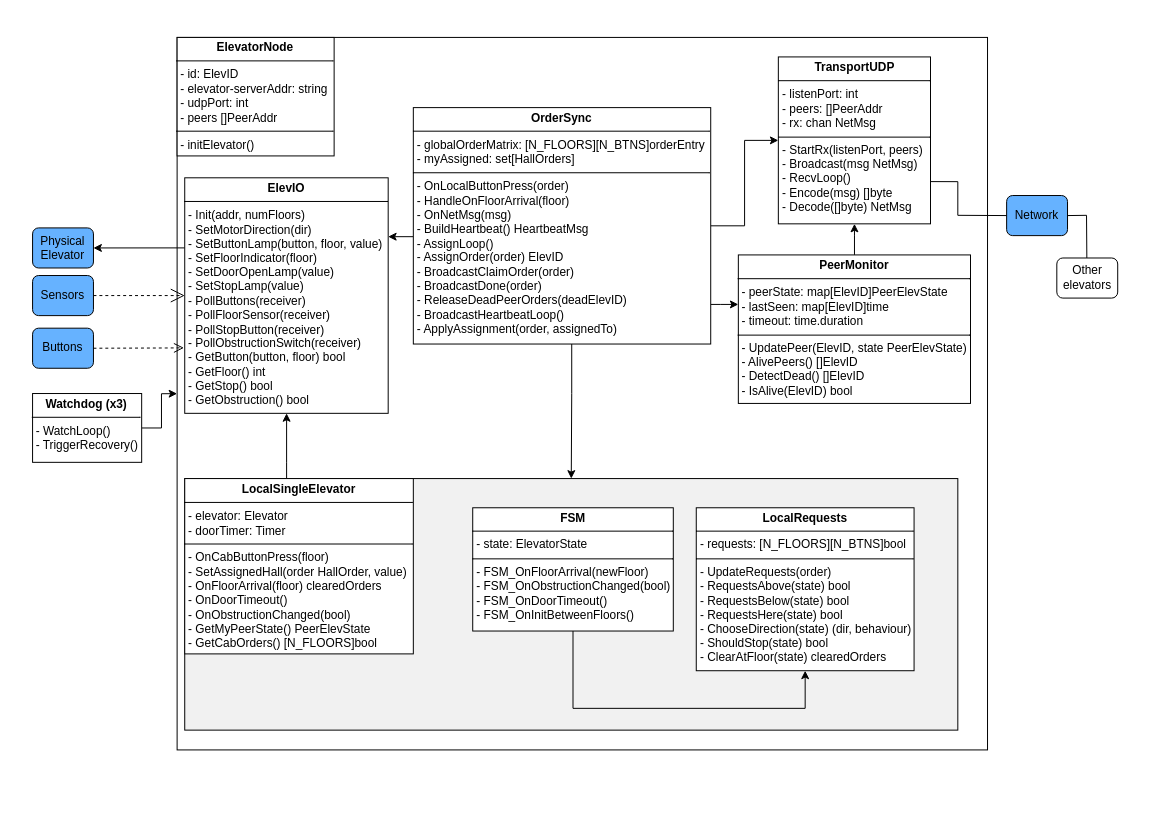
Before: Diagrams/component_diagram.drawio in SondreMyhre/TTK4145, a draw.io diagram. Source tidied: cells renumbered, new cells numbered last; positions are measured from the earlier drawing's top-left corner, leaving out a move shared by most shapes. Both pictures are drawn from the tidied source at 99%, with x=0, y=0 at pixel (17, 17).
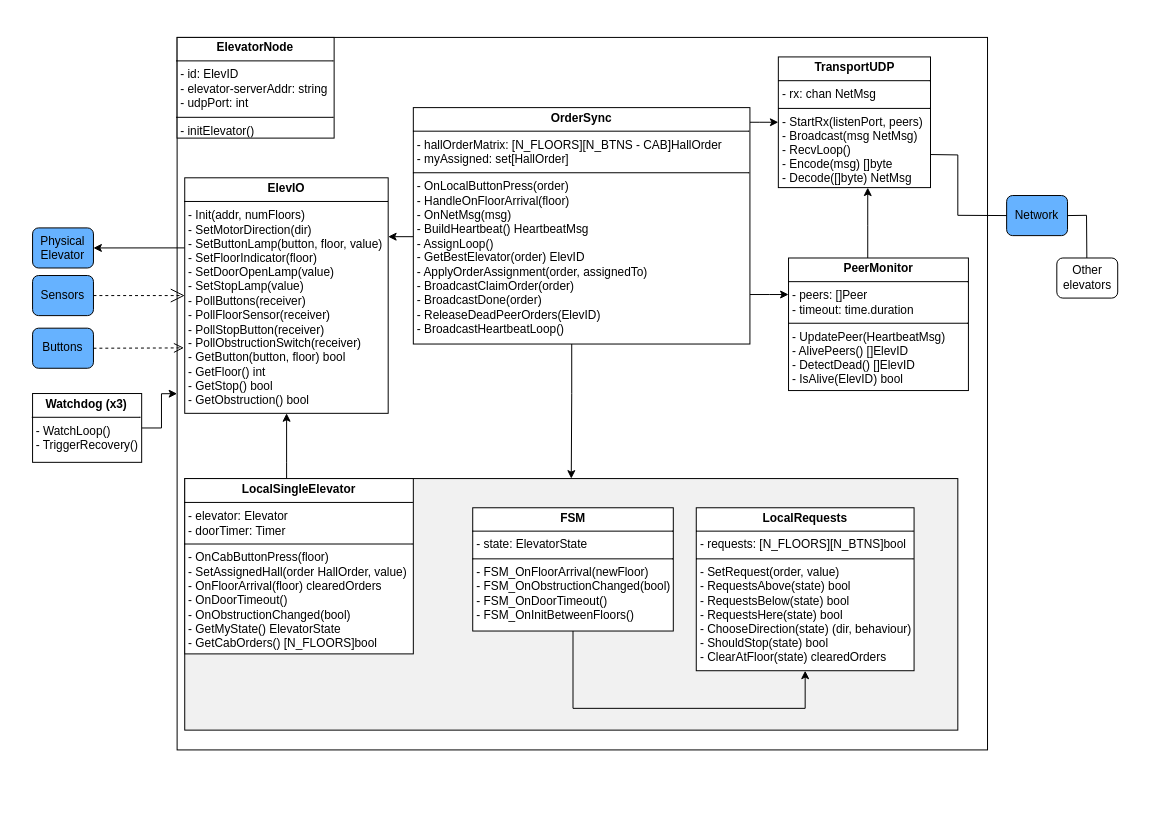
The same page after the edit.

Unchanged cells that the change refers to:
```xml
<mxCell id="2" style="group;" parent="1" vertex="1">
  <mxGeometry width="1130" height="790" as="geometry" />
</mxCell>
<mxCell id="22" value="Network" style="rounded=1;whiteSpace=wrap;html=1;fillColor=#66B2FF;" parent="2" vertex="1">
  <mxGeometry x="999.3" y="180" width="61.5" height="40.5" as="geometry" />
</mxCell>
```

The edit, as a diff of the source:
```diff
@@
-    <mxCell id="10" value="&lt;p style=&quot;margin:0px;margin-top:4px;text-align:center;&quot;&gt;&lt;b&gt;ElevatorNode&lt;/b&gt;&lt;/p&gt;&lt;hr size=&quot;1&quot; style=&quot;border-style:solid;&quot;&gt;&lt;p style=&quot;margin:0px;margin-left:4px;&quot;&gt;&lt;span style=&quot;background-color: transparent; color: light-dark(rgb(0, 0, 0), rgb(255, 255, 255));&quot;&gt;- id: ElevID&lt;/span&gt;&lt;/p&gt;&lt;p style=&quot;margin:0px;margin-left:4px;&quot;&gt;&lt;span style=&quot;background-color: transparent; color: light-dark(rgb(0, 0, 0), rgb(255, 255, 255));&quot;&gt;- elevator-serverAddr: string&lt;/span&gt;&lt;/p&gt;&lt;p style=&quot;margin:0px;margin-left:4px;&quot;&gt;&lt;span style=&quot;background-color: transparent; color: light-dark(rgb(0, 0, 0), rgb(255, 255, 255));&quot;&gt;- udpPort: int&lt;/span&gt;&lt;/p&gt;&lt;p style=&quot;margin:0px;margin-left:4px;&quot;&gt;- peers []PeerAddr&lt;/p&gt;&lt;hr size=&quot;1&quot; style=&quot;border-style:solid;&quot;&gt;&lt;p style=&quot;margin:0px;margin-left:4px;&quot;&gt;- initElevator()&lt;/p&gt;" style="verticalAlign=top;align=left;overflow=fill;html=1;whiteSpace=wrap;" parent="2" vertex="1">
-      <mxGeometry x="161.4" y="20.3" width="158.6" height="119.7" as="geometry" />
+    <mxCell id="10" value="&lt;p style=&quot;margin:0px;margin-top:4px;text-align:center;&quot;&gt;&lt;b&gt;ElevatorNode&lt;/b&gt;&lt;/p&gt;&lt;hr size=&quot;1&quot; style=&quot;border-style:solid;&quot;&gt;&lt;p style=&quot;margin:0px;margin-left:4px;&quot;&gt;&lt;span style=&quot;background-color: transparent; color: light-dark(rgb(0, 0, 0), rgb(255, 255, 255));&quot;&gt;- id: ElevID&lt;/span&gt;&lt;/p&gt;&lt;p style=&quot;margin:0px;margin-left:4px;&quot;&gt;&lt;span style=&quot;background-color: transparent; color: light-dark(rgb(0, 0, 0), rgb(255, 255, 255));&quot;&gt;- elevator-serverAddr: string&lt;/span&gt;&lt;/p&gt;&lt;p style=&quot;margin:0px;margin-left:4px;&quot;&gt;&lt;span style=&quot;background-color: transparent; color: light-dark(rgb(0, 0, 0), rgb(255, 255, 255));&quot;&gt;- udpPort: int&lt;/span&gt;&lt;/p&gt;&lt;hr size=&quot;1&quot; style=&quot;border-style:solid;&quot;&gt;&lt;p style=&quot;margin:0px;margin-left:4px;&quot;&gt;- initElevator()&lt;/p&gt;" style="verticalAlign=top;align=left;overflow=fill;html=1;whiteSpace=wrap;" parent="2" vertex="1">
+      <mxGeometry x="161.4" y="20.3" width="158.6" height="101.7" as="geometry" />
     </mxCell>
     <mxCell id="11" style="edgeStyle=orthogonalEdgeStyle;rounded=0;jettySize=auto;html=1;entryX=0;entryY=0.5;entryDx=0;entryDy=0;" parent="2" edge="1" source="15" target="16">
-      <mxGeometry relative="1" as="geometry" />
+      <mxGeometry relative="1" as="geometry">
+        <Array as="points">
+          <mxPoint x="750" y="106" />
+          <mxPoint x="750" y="106" />
+        </Array>
+      </mxGeometry>
     </mxCell>
@@
     <mxCell id="14" style="edgeStyle=orthogonalEdgeStyle;rounded=0;jettySize=auto;html=1;" parent="2" edge="1" source="15" target="18">
       <mxGeometry relative="1" as="geometry">
         <Array as="points">
-          <mxPoint x="710" y="290" />
-          <mxPoint x="710" y="290" />
+          <mxPoint x="760" y="280" />
+          <mxPoint x="760" y="280" />
         </Array>
       </mxGeometry>
     </mxCell>
-    <mxCell id="15" value="&lt;p style=&quot;margin:0px;margin-top:4px;text-align:center;&quot;&gt;&lt;b&gt;OrderSync&lt;/b&gt;&lt;/p&gt;&lt;hr size=&quot;1&quot; style=&quot;border-style:solid;&quot;&gt;&lt;p style=&quot;margin:0px;margin-left:4px;&quot;&gt;- globalOrderMatrix:&amp;nbsp;&lt;span style=&quot;background-color: transparent; color: light-dark(rgb(0, 0, 0), rgb(255, 255, 255));&quot;&gt;[N_FLOORS][N_BTNS]orderEntry&lt;/span&gt;&lt;/p&gt;&lt;p style=&quot;margin:0px;margin-left:4px;&quot;&gt;- myAssigned: set[HallOrders]&lt;/p&gt;&lt;hr size=&quot;1&quot; style=&quot;border-style:solid;&quot;&gt;&lt;p style=&quot;margin:0px;margin-left:4px;&quot;&gt;- OnLocalButtonPress(order)&lt;/p&gt;&lt;p style=&quot;margin:0px;margin-left:4px;&quot;&gt;- HandleOnFloorArrival(floor)&amp;nbsp;&lt;/p&gt;&lt;p style=&quot;margin:0px;margin-left:4px;&quot;&gt;- OnNetMsg(msg)&lt;/p&gt;&lt;p style=&quot;margin:0px;margin-left:4px;&quot;&gt;- BuildHeartbeat() HeartbeatMsg&lt;/p&gt;&lt;p style=&quot;margin:0px;margin-left:4px;&quot;&gt;- AssignLoop()&lt;/p&gt;&lt;p style=&quot;margin:0px;margin-left:4px;&quot;&gt;- AssignOrder(order) ElevID&lt;/p&gt;&lt;p style=&quot;margin:0px;margin-left:4px;&quot;&gt;- BroadcastClaimOrder(order)&lt;/p&gt;&lt;p style=&quot;margin:0px;margin-left:4px;&quot;&gt;- BroadcastDone(order)&lt;/p&gt;&lt;p style=&quot;margin:0px;margin-left:4px;&quot;&gt;- ReleaseDeadPeerOrders(deadElevID)&lt;/p&gt;&lt;p style=&quot;margin:0px;margin-left:4px;&quot;&gt;- BroadcastHeartbeatLoop()&lt;/p&gt;&lt;p style=&quot;margin:0px;margin-left:4px;&quot;&gt;- ApplyAssignment(order, assignedTo)&lt;/p&gt;" style="verticalAlign=top;align=left;overflow=fill;html=1;whiteSpace=wrap;" parent="2" vertex="1">
-      <mxGeometry x="400" y="91.2" width="300.4" height="238.8" as="geometry" />
+    <mxCell id="15" value="&lt;p style=&quot;margin:0px;margin-top:4px;text-align:center;&quot;&gt;&lt;b&gt;OrderSync&lt;/b&gt;&lt;/p&gt;&lt;hr size=&quot;1&quot; style=&quot;border-style:solid;&quot;&gt;&lt;p style=&quot;margin:0px;margin-left:4px;&quot;&gt;- hallOrderMatrix:&amp;nbsp;&lt;span style=&quot;background-color: transparent; color: light-dark(rgb(0, 0, 0), rgb(255, 255, 255));&quot;&gt;[N_FLOORS][N_BTNS - CAB]HallOrder&lt;/span&gt;&lt;/p&gt;&lt;p style=&quot;margin:0px;margin-left:4px;&quot;&gt;- myAssigned: set[HallOrder]&lt;/p&gt;&lt;hr size=&quot;1&quot; style=&quot;border-style:solid;&quot;&gt;&lt;p style=&quot;margin:0px;margin-left:4px;&quot;&gt;- OnLocalButtonPress(order)&lt;/p&gt;&lt;p style=&quot;margin:0px;margin-left:4px;&quot;&gt;- HandleOnFloorArrival(floor)&amp;nbsp;&lt;/p&gt;&lt;p style=&quot;margin:0px;margin-left:4px;&quot;&gt;- OnNetMsg(msg)&lt;/p&gt;&lt;p style=&quot;margin:0px;margin-left:4px;&quot;&gt;- BuildHeartbeat() HeartbeatMsg&lt;/p&gt;&lt;p style=&quot;margin:0px;margin-left:4px;&quot;&gt;- AssignLoop()&lt;/p&gt;&lt;p style=&quot;margin:0px;margin-left:4px;&quot;&gt;- GetBestElevator(order) ElevID&lt;/p&gt;&lt;p style=&quot;margin:0px;margin-left:4px;&quot;&gt;- ApplyOrderAssignment(order, assignedTo)&lt;/p&gt;&lt;p style=&quot;margin:0px;margin-left:4px;&quot;&gt;- BroadcastClaimOrder(order)&lt;/p&gt;&lt;p style=&quot;margin:0px;margin-left:4px;&quot;&gt;- BroadcastDone(order)&lt;/p&gt;&lt;p style=&quot;margin:0px;margin-left:4px;&quot;&gt;- ReleaseDeadPeerOrders(ElevID)&lt;/p&gt;&lt;p style=&quot;margin:0px;margin-left:4px;&quot;&gt;- BroadcastHeartbeatLoop()&lt;/p&gt;&lt;p style=&quot;margin:0px;margin-left:4px;&quot;&gt;&lt;br&gt;&lt;/p&gt;" style="verticalAlign=top;align=left;overflow=fill;html=1;whiteSpace=wrap;" parent="2" vertex="1">
+      <mxGeometry x="400" y="91.2" width="340" height="238.8" as="geometry" />
     </mxCell>
-    <mxCell id="16" value="&lt;p style=&quot;margin:0px;margin-top:4px;text-align:center;&quot;&gt;&lt;b&gt;TransportUDP&lt;/b&gt;&lt;/p&gt;&lt;hr size=&quot;1&quot; style=&quot;border-style:solid;&quot;&gt;&lt;p style=&quot;margin:0px;margin-left:4px;&quot;&gt;- listenPort: int&lt;/p&gt;&lt;p style=&quot;margin:0px;margin-left:4px;&quot;&gt;- peers: []PeerAddr&lt;/p&gt;&lt;p style=&quot;margin:0px;margin-left:4px;&quot;&gt;- rx: chan NetMsg&lt;/p&gt;&lt;hr size=&quot;1&quot; style=&quot;border-style:solid;&quot;&gt;&lt;p style=&quot;margin:0px;margin-left:4px;&quot;&gt;- StartRx(listenPort, peers)&lt;/p&gt;&lt;p style=&quot;margin:0px;margin-left:4px;&quot;&gt;- Broadcast(msg NetMsg)&lt;/p&gt;&lt;p style=&quot;margin:0px;margin-left:4px;&quot;&gt;- RecvLoop()&lt;/p&gt;&lt;p style=&quot;margin:0px;margin-left:4px;&quot;&gt;- Encode(msg) []byte&lt;/p&gt;&lt;p style=&quot;margin:0px;margin-left:4px;&quot;&gt;- Decode([]byte) NetMsg&lt;/p&gt;" style="verticalAlign=top;align=left;overflow=fill;html=1;whiteSpace=wrap;" parent="2" vertex="1">
-      <mxGeometry x="768.7" y="40" width="153.7" height="168.6" as="geometry" />
+    <mxCell id="16" value="&lt;p style=&quot;margin:0px;margin-top:4px;text-align:center;&quot;&gt;&lt;b&gt;TransportUDP&lt;/b&gt;&lt;/p&gt;&lt;hr size=&quot;1&quot; style=&quot;border-style:solid;&quot;&gt;&lt;p style=&quot;margin:0px;margin-left:4px;&quot;&gt;&lt;span style=&quot;background-color: transparent; color: light-dark(rgb(0, 0, 0), rgb(255, 255, 255));&quot;&gt;- rx: chan NetMsg&lt;/span&gt;&lt;/p&gt;&lt;hr size=&quot;1&quot; style=&quot;border-style:solid;&quot;&gt;&lt;p style=&quot;margin:0px;margin-left:4px;&quot;&gt;- StartRx(listenPort, peers)&lt;/p&gt;&lt;p style=&quot;margin:0px;margin-left:4px;&quot;&gt;- Broadcast(msg NetMsg)&lt;/p&gt;&lt;p style=&quot;margin:0px;margin-left:4px;&quot;&gt;- RecvLoop()&lt;/p&gt;&lt;p style=&quot;margin:0px;margin-left:4px;&quot;&gt;- Encode(msg) []byte&lt;/p&gt;&lt;p style=&quot;margin:0px;margin-left:4px;&quot;&gt;- Decode([]byte) NetMsg&lt;/p&gt;" style="verticalAlign=top;align=left;overflow=fill;html=1;whiteSpace=wrap;" parent="2" vertex="1">
+      <mxGeometry x="768.7" y="40" width="153.7" height="132" as="geometry" />
     </mxCell>
     <mxCell id="17" style="edgeStyle=orthogonalEdgeStyle;rounded=0;jettySize=auto;html=1;" parent="2" edge="1" source="18" target="16">
-      <mxGeometry relative="1" as="geometry" />
+      <mxGeometry relative="1" as="geometry">
+        <Array as="points">
+          <mxPoint x="859" y="210" />
+          <mxPoint x="859" y="210" />
+        </Array>
+      </mxGeometry>
     </mxCell>
-    <mxCell id="18" value="&lt;p style=&quot;margin:0px;margin-top:4px;text-align:center;&quot;&gt;&lt;b&gt;PeerMonitor&lt;/b&gt;&lt;/p&gt;&lt;hr size=&quot;1&quot; style=&quot;border-style:solid;&quot;&gt;&lt;p style=&quot;margin:0px;margin-left:4px;&quot;&gt;- peerState: map[ElevID]PeerElevState&lt;/p&gt;&lt;p style=&quot;margin:0px;margin-left:4px;&quot;&gt;- lastSeen: map[ElevID]time&lt;/p&gt;&lt;p style=&quot;margin:0px;margin-left:4px;&quot;&gt;- timeout: time.duration&lt;/p&gt;&lt;hr size=&quot;1&quot; style=&quot;border-style:solid;&quot;&gt;&lt;p style=&quot;margin:0px;margin-left:4px;&quot;&gt;- UpdatePeer(ElevID, state PeerElevState&lt;span style=&quot;background-color: transparent; color: light-dark(rgb(0, 0, 0), rgb(255, 255, 255));&quot;&gt;)&lt;/span&gt;&lt;/p&gt;&lt;p style=&quot;margin:0px;margin-left:4px;&quot;&gt;&lt;span style=&quot;background-color: transparent; color: light-dark(rgb(0, 0, 0), rgb(255, 255, 255));&quot;&gt;- AlivePeers() []ElevID&lt;/span&gt;&lt;/p&gt;&lt;p style=&quot;margin:0px;margin-left:4px;&quot;&gt;&lt;span style=&quot;background-color: transparent; color: light-dark(rgb(0, 0, 0), rgb(255, 255, 255));&quot;&gt;- DetectDead() []ElevID&lt;/span&gt;&lt;/p&gt;&lt;p style=&quot;margin:0px;margin-left:4px;&quot;&gt;&lt;span style=&quot;background-color: transparent; color: light-dark(rgb(0, 0, 0), rgb(255, 255, 255));&quot;&gt;- IsAlive(ElevID) bool&lt;/span&gt;&lt;/p&gt;" style="verticalAlign=top;align=left;overflow=fill;html=1;whiteSpace=wrap;" parent="2" vertex="1">
-      <mxGeometry x="728.3" y="240" width="234.5" height="150" as="geometry" />
+    <mxCell id="18" value="&lt;p style=&quot;margin:0px;margin-top:4px;text-align:center;&quot;&gt;&lt;b&gt;PeerMonitor&lt;/b&gt;&lt;/p&gt;&lt;hr size=&quot;1&quot; style=&quot;border-style:solid;&quot;&gt;&lt;p style=&quot;margin:0px;margin-left:4px;&quot;&gt;- peers: []Peer&lt;/p&gt;&lt;p style=&quot;margin:0px;margin-left:4px;&quot;&gt;- timeout: time.duration&lt;/p&gt;&lt;hr size=&quot;1&quot; style=&quot;border-style:solid;&quot;&gt;&lt;p style=&quot;margin:0px;margin-left:4px;&quot;&gt;- UpdatePeer(HeartbeatMsg&lt;span style=&quot;background-color: transparent; color: light-dark(rgb(0, 0, 0), rgb(255, 255, 255));&quot;&gt;)&lt;/span&gt;&lt;/p&gt;&lt;p style=&quot;margin:0px;margin-left:4px;&quot;&gt;&lt;span style=&quot;background-color: transparent; color: light-dark(rgb(0, 0, 0), rgb(255, 255, 255));&quot;&gt;- AlivePeers() []ElevID&lt;/span&gt;&lt;/p&gt;&lt;p style=&quot;margin:0px;margin-left:4px;&quot;&gt;&lt;span style=&quot;background-color: transparent; color: light-dark(rgb(0, 0, 0), rgb(255, 255, 255));&quot;&gt;- DetectDead() []ElevID&lt;/span&gt;&lt;/p&gt;&lt;p style=&quot;margin:0px;margin-left:4px;&quot;&gt;&lt;span style=&quot;background-color: transparent; color: light-dark(rgb(0, 0, 0), rgb(255, 255, 255));&quot;&gt;- IsAlive(ElevID) bool&lt;/span&gt;&lt;/p&gt;" style="verticalAlign=top;align=left;overflow=fill;html=1;whiteSpace=wrap;" parent="2" vertex="1">
+      <mxGeometry x="779" y="243.1" width="181.7" height="133.9" as="geometry" />
     </mxCell>
-    <mxCell id="19" value="&lt;p style=&quot;margin:0px;margin-top:4px;text-align:center;&quot;&gt;&lt;b&gt;LocalRequests&lt;/b&gt;&lt;/p&gt;&lt;hr size=&quot;1&quot; style=&quot;border-style:solid;&quot;&gt;&lt;p style=&quot;margin:0px;margin-left:4px;&quot;&gt;- requests:&amp;nbsp;[N_FLOORS][N_BTNS]bool&lt;/p&gt;&lt;hr size=&quot;1&quot; style=&quot;border-style:solid;&quot;&gt;&lt;p style=&quot;margin:0px;margin-left:4px;&quot;&gt;- UpdateRequests(order)&lt;/p&gt;&lt;p style=&quot;margin:0px;margin-left:4px;&quot;&gt;- RequestsAbove(state) bool&lt;/p&gt;&lt;p style=&quot;margin:0px;margin-left:4px;&quot;&gt;- RequestsBelow(state) bool&lt;/p&gt;&lt;p style=&quot;margin:0px;margin-left:4px;&quot;&gt;- RequestsHere(state) bool&lt;/p&gt;&lt;p style=&quot;margin:0px;margin-left:4px;&quot;&gt;- ChooseDirection(state) (dir, behaviour)&lt;/p&gt;&lt;p style=&quot;margin:0px;margin-left:4px;&quot;&gt;- ShouldStop(state) bool&lt;/p&gt;&lt;p style=&quot;margin:0px;margin-left:4px;&quot;&gt;- ClearAtFloor(state) clearedOrders&lt;/p&gt;" style="verticalAlign=top;align=left;overflow=fill;html=1;whiteSpace=wrap;" parent="2" vertex="1">
+    <mxCell id="19" value="&lt;p style=&quot;margin:0px;margin-top:4px;text-align:center;&quot;&gt;&lt;b&gt;LocalRequests&lt;/b&gt;&lt;/p&gt;&lt;hr size=&quot;1&quot; style=&quot;border-style:solid;&quot;&gt;&lt;p style=&quot;margin:0px;margin-left:4px;&quot;&gt;- requests:&amp;nbsp;[N_FLOORS][N_BTNS]bool&lt;/p&gt;&lt;hr size=&quot;1&quot; style=&quot;border-style:solid;&quot;&gt;&lt;p style=&quot;margin:0px;margin-left:4px;&quot;&gt;- SetRequest(order, value)&lt;/p&gt;&lt;p style=&quot;margin:0px;margin-left:4px;&quot;&gt;- RequestsAbove(state) bool&lt;/p&gt;&lt;p style=&quot;margin:0px;margin-left:4px;&quot;&gt;- RequestsBelow(state) bool&lt;/p&gt;&lt;p style=&quot;margin:0px;margin-left:4px;&quot;&gt;- RequestsHere(state) bool&lt;/p&gt;&lt;p style=&quot;margin:0px;margin-left:4px;&quot;&gt;- ChooseDirection(state) (dir, behaviour)&lt;/p&gt;&lt;p style=&quot;margin:0px;margin-left:4px;&quot;&gt;- ShouldStop(state) bool&lt;/p&gt;&lt;p style=&quot;margin:0px;margin-left:4px;&quot;&gt;- ClearAtFloor(state) clearedOrders&lt;/p&gt;" style="verticalAlign=top;align=left;overflow=fill;html=1;whiteSpace=wrap;" parent="2" vertex="1">
       <mxGeometry x="685.8" y="495.4" width="220" height="164.6" as="geometry" />
     </mxCell>
@@
-    <mxCell id="26" value="&lt;p style=&quot;margin:0px;margin-top:4px;text-align:center;&quot;&gt;&lt;b&gt;LocalSingleElevator&lt;/b&gt;&lt;/p&gt;&lt;hr size=&quot;1&quot; style=&quot;border-style:solid;&quot;&gt;&lt;p style=&quot;margin:0px;margin-left:4px;&quot;&gt;&lt;span style=&quot;background-color: transparent; color: light-dark(rgb(0, 0, 0), rgb(255, 255, 255));&quot;&gt;- elevator: Elevator&lt;br&gt;&lt;/span&gt;&lt;/p&gt;&lt;p style=&quot;margin:0px;margin-left:4px;&quot;&gt;&lt;span style=&quot;background-color: transparent; color: light-dark(rgb(0, 0, 0), rgb(255, 255, 255));&quot;&gt;- doorTimer: Timer&lt;/span&gt;&lt;/p&gt;&lt;hr size=&quot;1&quot; style=&quot;border-style:solid;&quot;&gt;&lt;p style=&quot;margin:0px;margin-left:4px;&quot;&gt;- OnCabButtonPress(floor)&lt;/p&gt;&lt;p style=&quot;margin:0px;margin-left:4px;&quot;&gt;- SetAssignedHall(order HallOrder, value)&lt;/p&gt;&lt;p style=&quot;margin:0px;margin-left:4px;&quot;&gt;- OnFloorArrival(floor) clearedOrders&lt;/p&gt;&lt;p style=&quot;margin:0px;margin-left:4px;&quot;&gt;- OnDoorTimeout()&lt;/p&gt;&lt;p style=&quot;margin:0px;margin-left:4px;&quot;&gt;- OnObstructionChanged(bool)&lt;/p&gt;&lt;p style=&quot;margin:0px;margin-left:4px;&quot;&gt;- GetMyPeerState() PeerElevState&lt;/p&gt;&lt;p style=&quot;margin:0px;margin-left:4px;&quot;&gt;- GetCabOrders() [N_FLOORS]bool&lt;/p&gt;" style="verticalAlign=top;align=left;overflow=fill;html=1;whiteSpace=wrap;" parent="2" vertex="1">
+    <mxCell id="26" value="&lt;p style=&quot;margin:0px;margin-top:4px;text-align:center;&quot;&gt;&lt;b&gt;LocalSingleElevator&lt;/b&gt;&lt;/p&gt;&lt;hr size=&quot;1&quot; style=&quot;border-style:solid;&quot;&gt;&lt;p style=&quot;margin:0px;margin-left:4px;&quot;&gt;&lt;span style=&quot;background-color: transparent; color: light-dark(rgb(0, 0, 0), rgb(255, 255, 255));&quot;&gt;- elevator: Elevator&lt;br&gt;&lt;/span&gt;&lt;/p&gt;&lt;p style=&quot;margin:0px;margin-left:4px;&quot;&gt;&lt;span style=&quot;background-color: transparent; color: light-dark(rgb(0, 0, 0), rgb(255, 255, 255));&quot;&gt;- doorTimer: Timer&lt;/span&gt;&lt;/p&gt;&lt;hr size=&quot;1&quot; style=&quot;border-style:solid;&quot;&gt;&lt;p style=&quot;margin:0px;margin-left:4px;&quot;&gt;- OnCabButtonPress(floor)&lt;/p&gt;&lt;p style=&quot;margin:0px;margin-left:4px;&quot;&gt;- SetAssignedHall(order HallOrder, value)&lt;/p&gt;&lt;p style=&quot;margin:0px;margin-left:4px;&quot;&gt;- OnFloorArrival(floor) clearedOrders&lt;/p&gt;&lt;p style=&quot;margin:0px;margin-left:4px;&quot;&gt;- OnDoorTimeout()&lt;/p&gt;&lt;p style=&quot;margin:0px;margin-left:4px;&quot;&gt;- OnObstructionChanged(bool)&lt;/p&gt;&lt;p style=&quot;margin:0px;margin-left:4px;&quot;&gt;- GetMyState() ElevatorState&lt;/p&gt;&lt;p style=&quot;margin:0px;margin-left:4px;&quot;&gt;- GetCabOrders() [N_FLOORS]bool&lt;/p&gt;" style="verticalAlign=top;align=left;overflow=fill;html=1;whiteSpace=wrap;" parent="2" vertex="1">
       <mxGeometry x="169.1" y="465.9" width="230.9" height="177.1" as="geometry" />
     </mxCell>
@@
     <mxCell id="29" style="endArrow=none;html=1;rounded=0;entryX=0;entryY=0.5;entryDx=0;entryDy=0;exitX=1;exitY=0.747;exitDx=0;exitDy=0;exitPerimeter=0;" parent="2" edge="1" source="16" target="22">
       <mxGeometry relative="1" as="geometry">
         <Array as="points">
-          <mxPoint x="950" y="166" />
+          <mxPoint x="950" y="139" />
           <mxPoint x="950" y="200" />
         </Array>
       </mxGeometry>
     </mxCell>
```
